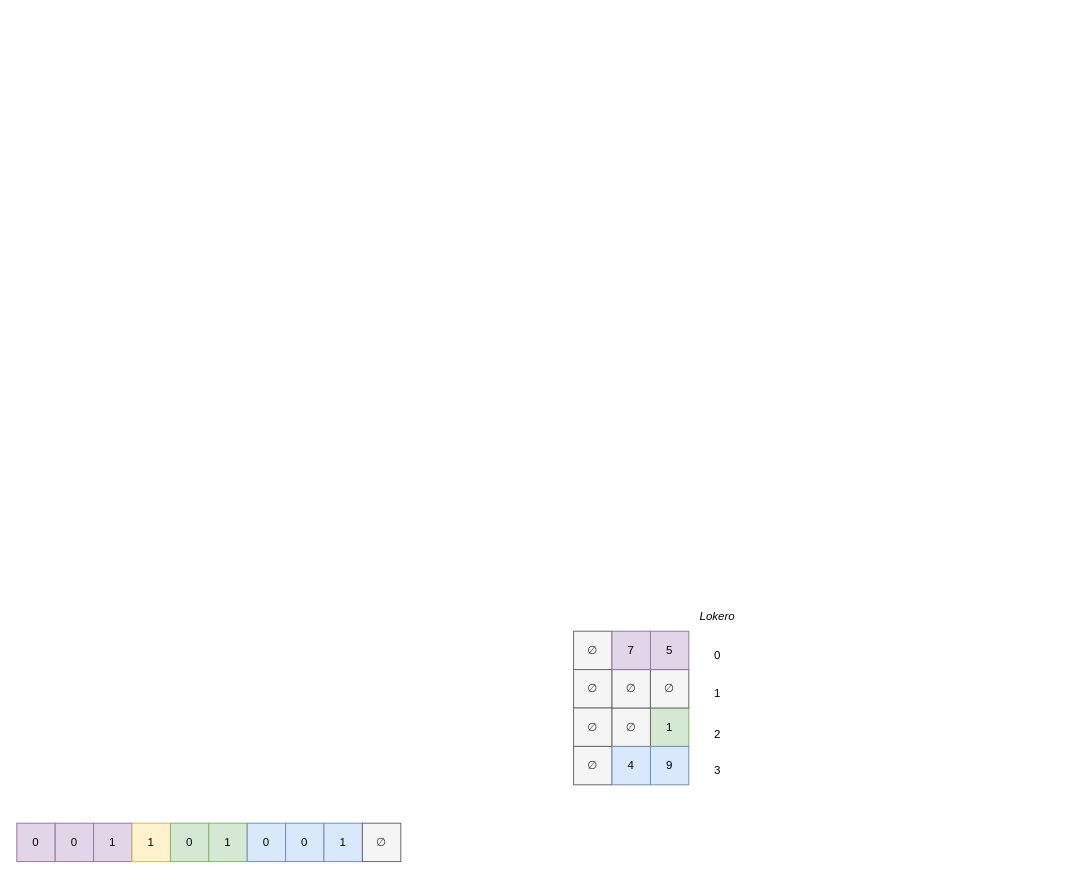
juaxE/kandikuvat keeps this draw.io diagram as Vektoriosamääräsuodatin.drawio. Above is the earlier version. Source tidied: cells renumbered, new cells numbered last; positions are measured from the earlier drawing's top-left corner, leaving out a move shared by most shapes. Both pictures are drawn from the tidied source at 96%, with x=0, y=0 at pixel (16, 602).
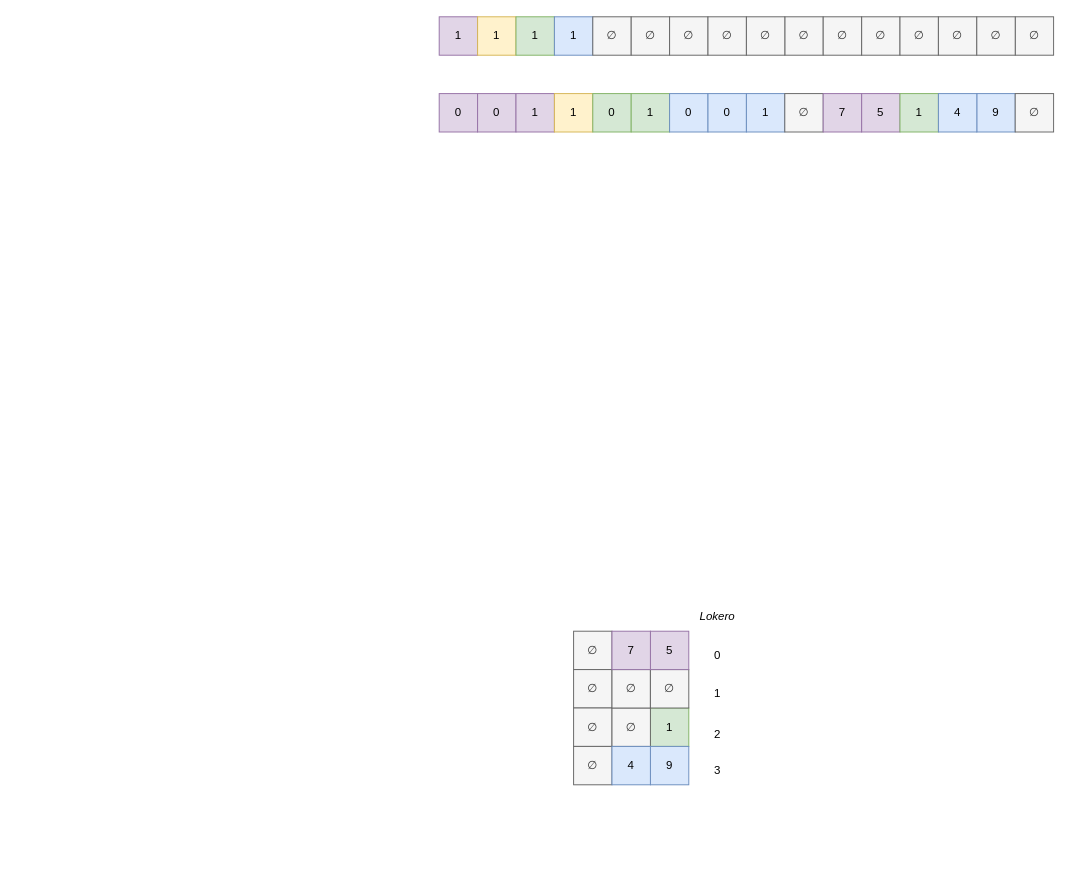
The same diagram, later.

Change to the diagram source:
```diff
@@
     <mxCell id="2" value="0" style="whiteSpace=wrap;html=1;fillColor=#e1d5e7;strokeColor=#9673a6;" parent="1" vertex="1">
-      <mxGeometry y="230" width="40" height="40" as="geometry" />
+      <mxGeometry x="440" y="-530" width="40" height="40" as="geometry" />
     </mxCell>
@@
     <mxCell id="20" value="0" style="whiteSpace=wrap;html=1;fillColor=#e1d5e7;strokeColor=#9673a6;" parent="1" vertex="1">
-      <mxGeometry x="40" y="230" width="40" height="40" as="geometry" />
+      <mxGeometry x="480" y="-530" width="40" height="40" as="geometry" />
     </mxCell>
     <mxCell id="21" value="1" style="whiteSpace=wrap;html=1;fillColor=#e1d5e7;strokeColor=#9673a6;" parent="1" vertex="1">
-      <mxGeometry x="80" y="230" width="40" height="40" as="geometry" />
+      <mxGeometry x="520" y="-530" width="40" height="40" as="geometry" />
     </mxCell>
     <mxCell id="22" value="1" style="whiteSpace=wrap;html=1;fillColor=#fff2cc;strokeColor=#d6b656;" parent="1" vertex="1">
-      <mxGeometry x="120" y="230" width="40" height="40" as="geometry" />
+      <mxGeometry x="560" y="-530" width="40" height="40" as="geometry" />
     </mxCell>
     <mxCell id="23" value="0" style="whiteSpace=wrap;html=1;fillColor=#d5e8d4;strokeColor=#82b366;" parent="1" vertex="1">
-      <mxGeometry x="160" y="230" width="40" height="40" as="geometry" />
+      <mxGeometry x="600" y="-530" width="40" height="40" as="geometry" />
     </mxCell>
     <mxCell id="24" value="1" style="whiteSpace=wrap;html=1;fillColor=#d5e8d4;strokeColor=#82b366;" parent="1" vertex="1">
-      <mxGeometry x="200" y="230" width="40" height="40" as="geometry" />
+      <mxGeometry x="640" y="-530" width="40" height="40" as="geometry" />
     </mxCell>
     <mxCell id="25" value="0" style="whiteSpace=wrap;html=1;fillColor=#dae8fc;strokeColor=#6c8ebf;" parent="1" vertex="1">
-      <mxGeometry x="240" y="230" width="40" height="40" as="geometry" />
+      <mxGeometry x="680" y="-530" width="40" height="40" as="geometry" />
     </mxCell>
     <mxCell id="26" value="0" style="whiteSpace=wrap;html=1;fillColor=#dae8fc;strokeColor=#6c8ebf;" parent="1" vertex="1">
-      <mxGeometry x="280" y="230" width="40" height="40" as="geometry" />
+      <mxGeometry x="720" y="-530" width="40" height="40" as="geometry" />
     </mxCell>
     <mxCell id="27" value="1" style="whiteSpace=wrap;html=1;fillColor=#dae8fc;strokeColor=#6c8ebf;" parent="1" vertex="1">
-      <mxGeometry x="320" y="230" width="40" height="40" as="geometry" />
+      <mxGeometry x="760" y="-530" width="40" height="40" as="geometry" />
     </mxCell>
     <mxCell id="28" value="∅" style="whiteSpace=wrap;html=1;fillColor=#f5f5f5;fontColor=#333333;strokeColor=#666666;" parent="1" vertex="1">
-      <mxGeometry x="360" y="230" width="40" height="40" as="geometry" />
+      <mxGeometry x="800" y="-530" width="40" height="40" as="geometry" />
     </mxCell>
+    <mxCell id="29" value="1" style="whiteSpace=wrap;html=1;fillColor=#e1d5e7;strokeColor=#9673a6;" parent="1" vertex="1">
+      <mxGeometry x="440" y="-610" width="40" height="40" as="geometry" />
+    </mxCell>
+    <mxCell id="30" value="1" style="whiteSpace=wrap;html=1;fillColor=#fff2cc;strokeColor=#d6b656;" parent="1" vertex="1">
+      <mxGeometry x="480" y="-610" width="40" height="40" as="geometry" />
+    </mxCell>
+    <mxCell id="31" value="1" style="whiteSpace=wrap;html=1;fillColor=#d5e8d4;strokeColor=#82b366;" parent="1" vertex="1">
+      <mxGeometry x="520" y="-610" width="40" height="40" as="geometry" />
+    </mxCell>
+    <mxCell id="32" value="1" style="whiteSpace=wrap;html=1;fillColor=#dae8fc;strokeColor=#6c8ebf;" parent="1" vertex="1">
+      <mxGeometry x="560" y="-610" width="40" height="40" as="geometry" />
+    </mxCell>
+    <mxCell id="33" value="∅" style="whiteSpace=wrap;html=1;fillColor=#f5f5f5;fontColor=#333333;strokeColor=#666666;" parent="1" vertex="1">
+      <mxGeometry x="600" y="-610" width="40" height="40" as="geometry" />
+    </mxCell>
+    <mxCell id="34" value="∅" style="whiteSpace=wrap;html=1;fillColor=#f5f5f5;fontColor=#333333;strokeColor=#666666;" parent="1" vertex="1">
+      <mxGeometry x="640" y="-610" width="40" height="40" as="geometry" />
+    </mxCell>
+    <mxCell id="35" value="∅" style="whiteSpace=wrap;html=1;fillColor=#f5f5f5;fontColor=#333333;strokeColor=#666666;" parent="1" vertex="1">
+      <mxGeometry x="680" y="-610" width="40" height="40" as="geometry" />
+    </mxCell>
+    <mxCell id="36" value="∅" style="whiteSpace=wrap;html=1;fillColor=#f5f5f5;fontColor=#333333;strokeColor=#666666;" parent="1" vertex="1">
+      <mxGeometry x="720" y="-610" width="40" height="40" as="geometry" />
+    </mxCell>
+    <mxCell id="37" value="∅" style="whiteSpace=wrap;html=1;fillColor=#f5f5f5;fontColor=#333333;strokeColor=#666666;" parent="1" vertex="1">
+      <mxGeometry x="800" y="-610" width="40" height="40" as="geometry" />
+    </mxCell>
+    <mxCell id="38" value="∅" style="whiteSpace=wrap;html=1;fillColor=#f5f5f5;fontColor=#333333;strokeColor=#666666;" parent="1" vertex="1">
+      <mxGeometry x="760" y="-610" width="40" height="40" as="geometry" />
+    </mxCell>
+    <mxCell id="39" value="∅" style="whiteSpace=wrap;html=1;fillColor=#f5f5f5;fontColor=#333333;strokeColor=#666666;" parent="1" vertex="1">
+      <mxGeometry x="880" y="-610" width="40" height="40" as="geometry" />
+    </mxCell>
+    <mxCell id="40" value="∅" style="whiteSpace=wrap;html=1;fillColor=#f5f5f5;fontColor=#333333;strokeColor=#666666;" parent="1" vertex="1">
+      <mxGeometry x="920" y="-610" width="40" height="40" as="geometry" />
+    </mxCell>
+    <mxCell id="41" value="∅" style="whiteSpace=wrap;html=1;fillColor=#f5f5f5;fontColor=#333333;strokeColor=#666666;" parent="1" vertex="1">
+      <mxGeometry x="960" y="-610" width="40" height="40" as="geometry" />
+    </mxCell>
+    <mxCell id="42" value="∅" style="whiteSpace=wrap;html=1;fillColor=#f5f5f5;fontColor=#333333;strokeColor=#666666;" parent="1" vertex="1">
+      <mxGeometry x="1040" y="-610" width="40" height="40" as="geometry" />
+    </mxCell>
+    <mxCell id="43" value="∅" style="whiteSpace=wrap;html=1;fillColor=#f5f5f5;fontColor=#333333;strokeColor=#666666;" parent="1" vertex="1">
+      <mxGeometry x="1000" y="-610" width="40" height="40" as="geometry" />
+    </mxCell>
+    <mxCell id="44" value="∅" style="whiteSpace=wrap;html=1;fillColor=#f5f5f5;fontColor=#333333;strokeColor=#666666;" parent="1" vertex="1">
+      <mxGeometry x="840" y="-610" width="40" height="40" as="geometry" />
+    </mxCell>
+    <mxCell id="45" value="5" style="whiteSpace=wrap;html=1;fillColor=#e1d5e7;strokeColor=#9673a6;" parent="1" vertex="1">
+      <mxGeometry x="880" y="-530" width="40" height="40" as="geometry" />
+    </mxCell>
+    <mxCell id="46" value="7" style="whiteSpace=wrap;html=1;fillColor=#e1d5e7;strokeColor=#9673a6;" parent="1" vertex="1">
+      <mxGeometry x="840" y="-530" width="40" height="40" as="geometry" />
+    </mxCell>
+    <mxCell id="47" value="1" style="whiteSpace=wrap;html=1;fillColor=#d5e8d4;strokeColor=#82b366;" parent="1" vertex="1">
+      <mxGeometry x="920" y="-530" width="40" height="40" as="geometry" />
+    </mxCell>
+    <mxCell id="48" value="9" style="whiteSpace=wrap;html=1;fillColor=#dae8fc;strokeColor=#6c8ebf;" parent="1" vertex="1">
+      <mxGeometry x="1000" y="-530" width="40" height="40" as="geometry" />
+    </mxCell>
+    <mxCell id="49" value="4" style="whiteSpace=wrap;html=1;fillColor=#dae8fc;strokeColor=#6c8ebf;" parent="1" vertex="1">
+      <mxGeometry x="960" y="-530" width="40" height="40" as="geometry" />
+    </mxCell>
+    <mxCell id="50" value="∅" style="whiteSpace=wrap;html=1;fillColor=#f5f5f5;fontColor=#333333;strokeColor=#666666;" parent="1" vertex="1">
+      <mxGeometry x="1040" y="-530" width="40" height="40" as="geometry" />
+    </mxCell>
```
